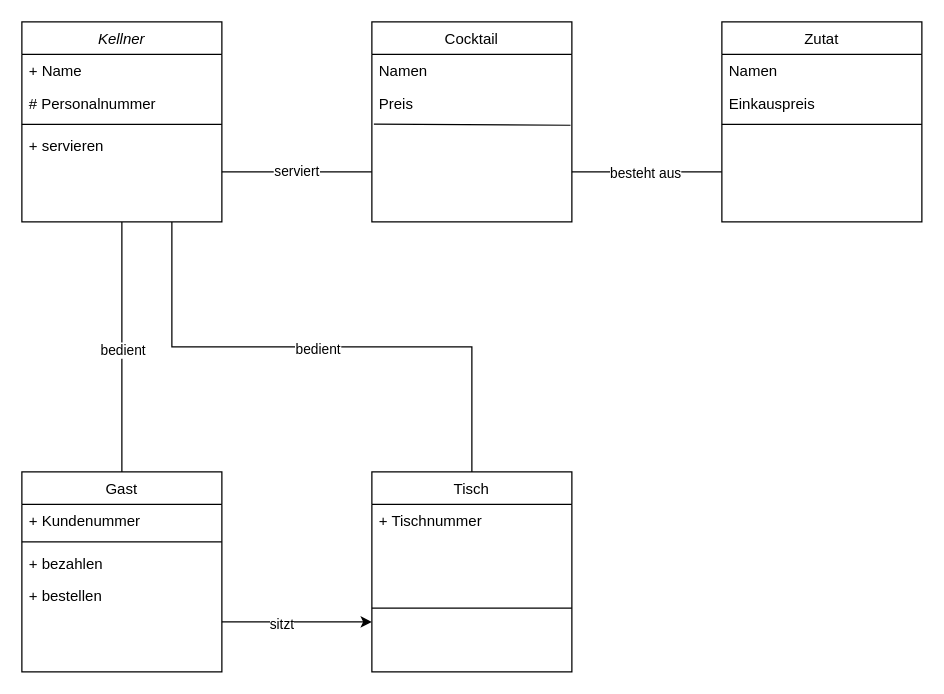
Above: draw.io/Aufgabe02/Aufgabe02.drawio in R4Tobi/modellierung (draw.io), before the change. Source tidied: cells renumbered, new cells numbered last; positions are measured from the earlier drawing's top-left corner, leaving out a move shared by most shapes. Both pictures are drawn from the tidied source at 125%, with x=0, y=0 at pixel (21, 21).
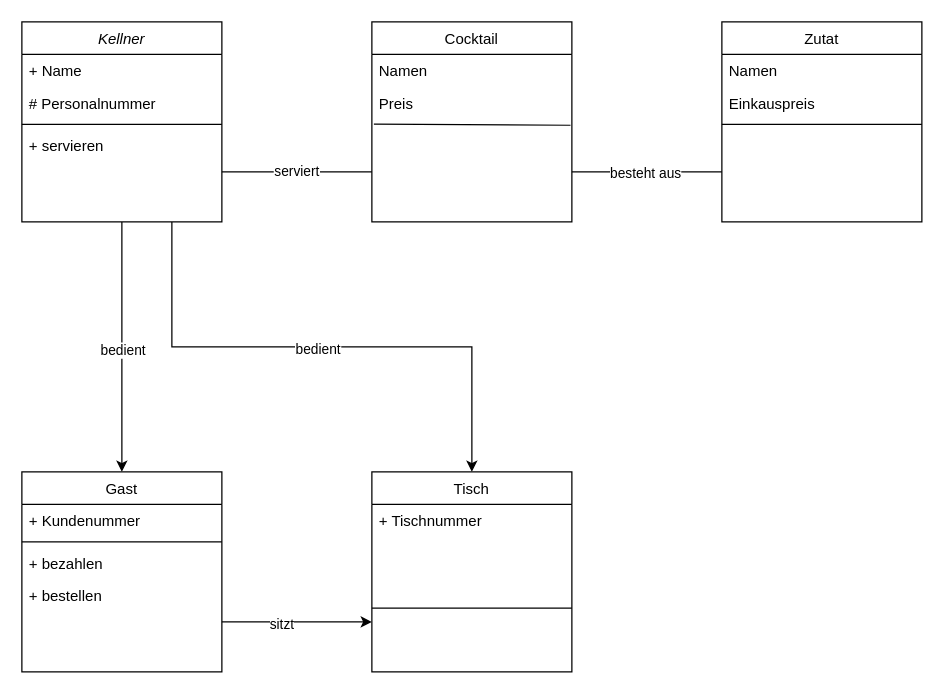
The same page after the edit.

Unchanged cells that the change refers to:
```xml
<mxCell id="6" value="Kellner" style="swimlane;fontStyle=2;align=center;verticalAlign=top;horizontal=1;startSize=26;rounded=0;shadow=0;strokeWidth=1;" parent="1" vertex="1">
  <mxGeometry width="160" height="160" as="geometry" />
</mxCell>
<mxCell id="13" value="Gast&#10;" style="swimlane;fontStyle=0;align=center;verticalAlign=top;horizontal=1;startSize=26;rounded=0;shadow=0;strokeWidth=1;" parent="1" vertex="1">
  <mxGeometry y="360" width="160" height="160" as="geometry" />
</mxCell>
<mxCell id="18" value="Tisch&#10;" style="swimlane;fontStyle=0;align=center;verticalAlign=top;horizontal=1;startSize=26;rounded=0;shadow=0;strokeWidth=1;" parent="1" vertex="1">
  <mxGeometry x="280" y="360" width="160" height="160" as="geometry" />
</mxCell>
```

The edit, as a diff of the source:
```diff
@@
-    <mxCell id="2" style="edgeStyle=orthogonalEdgeStyle;rounded=0;jettySize=auto;html=1;entryX=0.5;entryY=0;entryDx=0;entryDy=0;endArrow=none;endFill=0;" parent="1" edge="1" source="6" target="13">
+    <mxCell id="2" style="edgeStyle=orthogonalEdgeStyle;rounded=0;jettySize=auto;html=1;entryX=0.5;entryY=0;entryDx=0;entryDy=0;endArrow=classic;endFill=1;" parent="1" edge="1" source="6" target="13">
       <mxGeometry relative="1" as="geometry" />
     </mxCell>
@@
-    <mxCell id="4" style="edgeStyle=orthogonalEdgeStyle;rounded=0;jettySize=auto;html=1;exitX=0.75;exitY=1;exitDx=0;exitDy=0;entryX=0.5;entryY=0;entryDx=0;entryDy=0;endArrow=none;endFill=0;" parent="1" edge="1" source="6" target="18">
+    <mxCell id="4" style="edgeStyle=orthogonalEdgeStyle;rounded=0;jettySize=auto;html=1;exitX=0.75;exitY=1;exitDx=0;exitDy=0;entryX=0.5;entryY=0;entryDx=0;entryDy=0;endArrow=classic;endFill=1;" parent="1" edge="1" source="6" target="18">
       <mxGeometry relative="1" as="geometry" />
     </mxCell>
```
